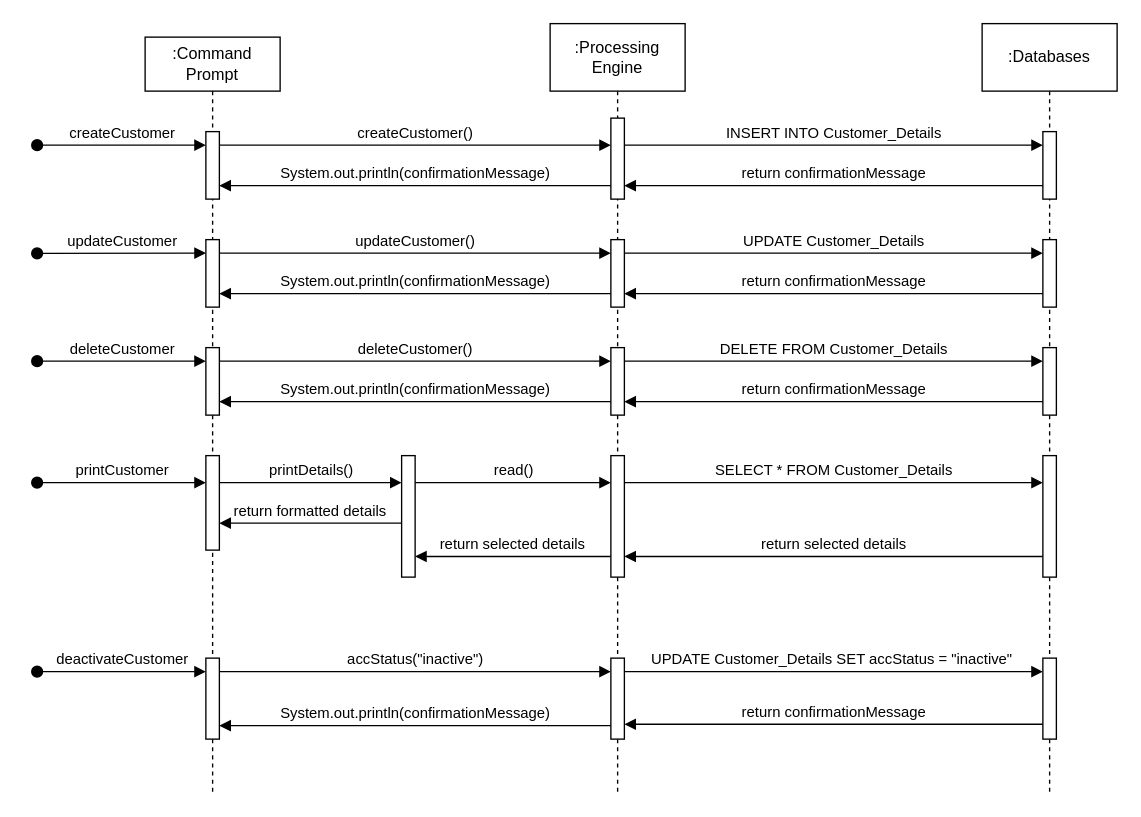
NataliaPalej/Newsagent-Project keeps this draw.io diagram as page "Driver" (4 of 7) of Architecture/sequence_diagram.drawio. Above is the earlier version. Source tidied: cells renumbered, new cells numbered last; positions are measured from the earlier drawing's top-left corner, leaving out a move shared by most shapes. Both pictures are drawn from the tidied source at 135%, with x=0, y=0 at pixel (36, 23).
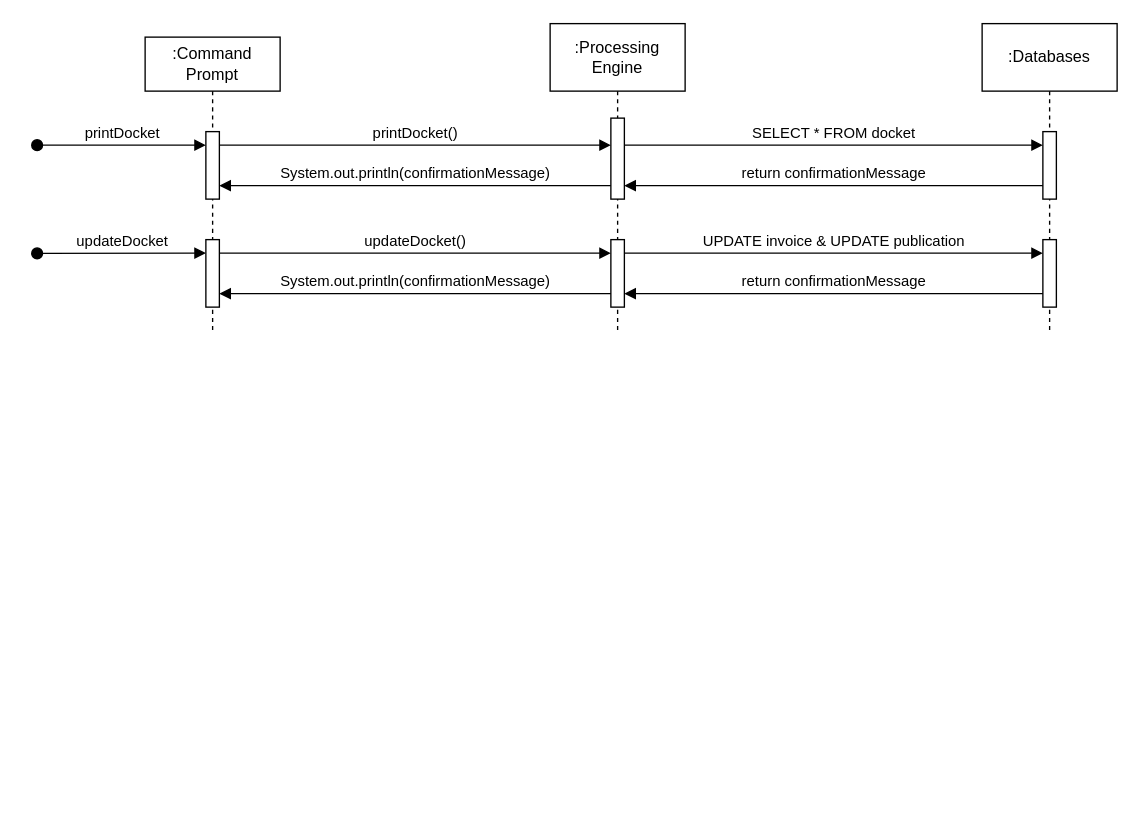
The same page after the edit.

Unchanged cells that the change refers to:
```xml
<mxCell id="3" style="html=1;points=[];perimeter=orthogonalPerimeter;outlineConnect=0;targetShapes=umlLifeline;portConstraint=eastwest;newEdgeStyle={&quot;edgeStyle&quot;:&quot;elbowEdgeStyle&quot;,&quot;elbow&quot;:&quot;vertical&quot;,&quot;curved&quot;:0,&quot;rounded&quot;:0};" parent="2" vertex="1">
  <mxGeometry x="45" y="70" width="10" height="50" as="geometry" />
</mxCell>
<mxCell id="5" style="html=1;points=[];perimeter=orthogonalPerimeter;outlineConnect=0;targetShapes=umlLifeline;portConstraint=eastwest;newEdgeStyle={&quot;edgeStyle&quot;:&quot;elbowEdgeStyle&quot;,&quot;elbow&quot;:&quot;vertical&quot;,&quot;curved&quot;:0,&quot;rounded&quot;:0};" parent="2" vertex="1">
  <mxGeometry x="45" y="150" width="10" height="50" as="geometry" />
</mxCell>
<mxCell id="10" style="html=1;points=[];perimeter=orthogonalPerimeter;outlineConnect=0;targetShapes=umlLifeline;portConstraint=eastwest;newEdgeStyle={&quot;edgeStyle&quot;:&quot;elbowEdgeStyle&quot;,&quot;elbow&quot;:&quot;vertical&quot;,&quot;curved&quot;:0,&quot;rounded&quot;:0};" parent="9" vertex="1">
  <mxGeometry x="45" y="70" width="10" height="60" as="geometry" />
</mxCell>
<mxCell id="11" style="html=1;points=[];perimeter=orthogonalPerimeter;outlineConnect=0;targetShapes=umlLifeline;portConstraint=eastwest;newEdgeStyle={&quot;edgeStyle&quot;:&quot;elbowEdgeStyle&quot;,&quot;elbow&quot;:&quot;vertical&quot;,&quot;curved&quot;:0,&quot;rounded&quot;:0};" parent="9" vertex="1">
  <mxGeometry x="45" y="160" width="10" height="50" as="geometry" />
</mxCell>
<mxCell id="17" style="html=1;points=[];perimeter=orthogonalPerimeter;outlineConnect=0;targetShapes=umlLifeline;portConstraint=eastwest;newEdgeStyle={&quot;edgeStyle&quot;:&quot;elbowEdgeStyle&quot;,&quot;elbow&quot;:&quot;vertical&quot;,&quot;curved&quot;:0,&quot;rounded&quot;:0};" parent="16" vertex="1">
  <mxGeometry x="45" y="80" width="10" height="50" as="geometry" />
</mxCell>
<mxCell id="18" style="html=1;points=[];perimeter=orthogonalPerimeter;outlineConnect=0;targetShapes=umlLifeline;portConstraint=eastwest;newEdgeStyle={&quot;edgeStyle&quot;:&quot;elbowEdgeStyle&quot;,&quot;elbow&quot;:&quot;vertical&quot;,&quot;curved&quot;:0,&quot;rounded&quot;:0};" parent="16" vertex="1">
  <mxGeometry x="45" y="160" width="10" height="50" as="geometry" />
</mxCell>
```

Diff of the diagram source:
```diff
@@
     <mxCell id="2" value=":Command Prompt" style="shape=umlLifeline;perimeter=lifelinePerimeter;whiteSpace=wrap;html=1;newEdgeStyle={&quot;edgeStyle&quot;:&quot;elbowEdgeStyle&quot;,&quot;elbow&quot;:&quot;vertical&quot;,&quot;curved&quot;:0,&quot;rounded&quot;:0};" parent="1" vertex="1">
-      <mxGeometry x="80" y="10" width="100" height="560" as="geometry" />
+      <mxGeometry x="80" y="10" width="100" height="220" as="geometry" />
     </mxCell>
@@
-    <mxCell id="4" value="createCustomer" style="html=1;verticalAlign=bottom;startArrow=oval;endArrow=block;startSize=8;edgeStyle=elbowEdgeStyle;elbow=vertical;curved=0;rounded=0;" parent="2" edge="1">
+    <mxCell id="4" value="printDocket" style="html=1;verticalAlign=bottom;startArrow=oval;endArrow=block;startSize=8;edgeStyle=elbowEdgeStyle;elbow=vertical;curved=0;rounded=0;" parent="2" edge="1">
       <mxGeometry relative="1" as="geometry">
         <mxPoint x="-80" y="80" as="sourcePoint" />
         <mxPoint x="45" y="80" as="targetPoint" />
       </mxGeometry>
     </mxCell>
@@
-    <mxCell id="6" style="html=1;points=[];perimeter=orthogonalPerimeter;outlineConnect=0;targetShapes=umlLifeline;portConstraint=eastwest;newEdgeStyle={&quot;edgeStyle&quot;:&quot;elbowEdgeStyle&quot;,&quot;elbow&quot;:&quot;vertical&quot;,&quot;curved&quot;:0,&quot;rounded&quot;:0};" parent="2" vertex="1">
-      <mxGeometry x="45" y="230" width="10" height="50" as="geometry" />
-    </mxCell>
-    <mxCell id="7" style="html=1;points=[];perimeter=orthogonalPerimeter;outlineConnect=0;targetShapes=umlLifeline;portConstraint=eastwest;newEdgeStyle={&quot;edgeStyle&quot;:&quot;elbowEdgeStyle&quot;,&quot;elbow&quot;:&quot;vertical&quot;,&quot;curved&quot;:0,&quot;rounded&quot;:0};" parent="2" vertex="1">
-      <mxGeometry x="45" y="310" width="10" height="70" as="geometry" />
-    </mxCell>
-    <mxCell id="8" style="html=1;points=[];perimeter=orthogonalPerimeter;outlineConnect=0;targetShapes=umlLifeline;portConstraint=eastwest;newEdgeStyle={&quot;edgeStyle&quot;:&quot;elbowEdgeStyle&quot;,&quot;elbow&quot;:&quot;vertical&quot;,&quot;curved&quot;:0,&quot;rounded&quot;:0};" parent="2" vertex="1">
-      <mxGeometry x="45" y="460" width="10" height="60" as="geometry" />
-    </mxCell>
     <mxCell id="9" value=":Processing Engine" style="shape=umlLifeline;perimeter=lifelinePerimeter;whiteSpace=wrap;html=1;newEdgeStyle={&quot;edgeStyle&quot;:&quot;elbowEdgeStyle&quot;,&quot;elbow&quot;:&quot;vertical&quot;,&quot;curved&quot;:0,&quot;rounded&quot;:0};size=50;" parent="1" vertex="1">
-      <mxGeometry x="380" width="100" height="570" as="geometry" />
+      <mxGeometry x="380" width="100" height="230" as="geometry" />
     </mxCell>
@@
-    <mxCell id="12" style="html=1;points=[];perimeter=orthogonalPerimeter;outlineConnect=0;targetShapes=umlLifeline;portConstraint=eastwest;newEdgeStyle={&quot;edgeStyle&quot;:&quot;elbowEdgeStyle&quot;,&quot;elbow&quot;:&quot;vertical&quot;,&quot;curved&quot;:0,&quot;rounded&quot;:0};" parent="9" vertex="1">
-      <mxGeometry x="45" y="240" width="10" height="50" as="geometry" />
-    </mxCell>
-    <mxCell id="13" style="html=1;points=[];perimeter=orthogonalPerimeter;outlineConnect=0;targetShapes=umlLifeline;portConstraint=eastwest;newEdgeStyle={&quot;edgeStyle&quot;:&quot;elbowEdgeStyle&quot;,&quot;elbow&quot;:&quot;vertical&quot;,&quot;curved&quot;:0,&quot;rounded&quot;:0};" parent="9" vertex="1">
-      <mxGeometry x="45" y="320" width="10" height="90" as="geometry" />
-    </mxCell>
-    <mxCell id="14" style="html=1;points=[];perimeter=orthogonalPerimeter;outlineConnect=0;targetShapes=umlLifeline;portConstraint=eastwest;newEdgeStyle={&quot;edgeStyle&quot;:&quot;elbowEdgeStyle&quot;,&quot;elbow&quot;:&quot;vertical&quot;,&quot;curved&quot;:0,&quot;rounded&quot;:0};" parent="9" vertex="1">
-      <mxGeometry x="45" y="470" width="10" height="60" as="geometry" />
-    </mxCell>
-    <mxCell id="15" value="createCustomer()" style="html=1;verticalAlign=bottom;endArrow=block;edgeStyle=elbowEdgeStyle;elbow=vertical;curved=0;rounded=0;" parent="1" edge="1" source="3" target="10">
+    <mxCell id="15" value="printDocket()" style="html=1;verticalAlign=bottom;endArrow=block;edgeStyle=elbowEdgeStyle;elbow=vertical;curved=0;rounded=0;" parent="1" edge="1" source="3" target="10">
       <mxGeometry relative="1" as="geometry">
         <Array as="points">
           <mxPoint x="220" y="90" />
         </Array>
       </mxGeometry>
     </mxCell>
     <mxCell id="16" value=":Databases" style="shape=umlLifeline;perimeter=lifelinePerimeter;whiteSpace=wrap;html=1;newEdgeStyle={&quot;edgeStyle&quot;:&quot;elbowEdgeStyle&quot;,&quot;elbow&quot;:&quot;vertical&quot;,&quot;curved&quot;:0,&quot;rounded&quot;:0};size=50;" parent="1" vertex="1">
-      <mxGeometry x="700" width="100" height="570" as="geometry" />
+      <mxGeometry x="700" width="100" height="230" as="geometry" />
     </mxCell>
@@
-    <mxCell id="19" style="html=1;points=[];perimeter=orthogonalPerimeter;outlineConnect=0;targetShapes=umlLifeline;portConstraint=eastwest;newEdgeStyle={&quot;edgeStyle&quot;:&quot;elbowEdgeStyle&quot;,&quot;elbow&quot;:&quot;vertical&quot;,&quot;curved&quot;:0,&quot;rounded&quot;:0};" parent="16" vertex="1">
-      <mxGeometry x="45" y="240" width="10" height="50" as="geometry" />
-    </mxCell>
-    <mxCell id="20" style="html=1;points=[];perimeter=orthogonalPerimeter;outlineConnect=0;targetShapes=umlLifeline;portConstraint=eastwest;newEdgeStyle={&quot;edgeStyle&quot;:&quot;elbowEdgeStyle&quot;,&quot;elbow&quot;:&quot;vertical&quot;,&quot;curved&quot;:0,&quot;rounded&quot;:0};" parent="16" vertex="1">
-      <mxGeometry x="45" y="320" width="10" height="90" as="geometry" />
-    </mxCell>
-    <mxCell id="21" style="html=1;points=[];perimeter=orthogonalPerimeter;outlineConnect=0;targetShapes=umlLifeline;portConstraint=eastwest;newEdgeStyle={&quot;edgeStyle&quot;:&quot;elbowEdgeStyle&quot;,&quot;elbow&quot;:&quot;vertical&quot;,&quot;curved&quot;:0,&quot;rounded&quot;:0};" parent="16" vertex="1">
-      <mxGeometry x="45" y="470" width="10" height="60" as="geometry" />
-    </mxCell>
-    <mxCell id="22" value="INSERT INTO Customer_Details" style="html=1;verticalAlign=bottom;endArrow=block;edgeStyle=elbowEdgeStyle;elbow=vertical;curved=0;rounded=0;" parent="1" edge="1" source="10" target="17">
+    <mxCell id="22" value="SELECT * FROM docket" style="html=1;verticalAlign=bottom;endArrow=block;edgeStyle=elbowEdgeStyle;elbow=vertical;curved=0;rounded=0;" parent="1" edge="1" source="10" target="17">
       <mxGeometry relative="1" as="geometry">
         <Array as="points">
           <mxPoint x="500" y="90" />
         </Array>
       </mxGeometry>
     </mxCell>
-    <mxCell id="23" value="updateCustomer" style="html=1;verticalAlign=bottom;startArrow=oval;endArrow=block;startSize=8;edgeStyle=elbowEdgeStyle;elbow=vertical;curved=0;rounded=0;" parent="1" edge="1">
+    <mxCell id="23" value="updateDocket" style="html=1;verticalAlign=bottom;startArrow=oval;endArrow=block;startSize=8;edgeStyle=elbowEdgeStyle;elbow=vertical;curved=0;rounded=0;" parent="1" edge="1">
       <mxGeometry relative="1" as="geometry">
         <mxPoint y="170.2" as="sourcePoint" />
         <mxPoint x="125" y="170.2" as="targetPoint" />
       </mxGeometry>
     </mxCell>
-    <mxCell id="24" value="updateCustomer()" style="html=1;verticalAlign=bottom;endArrow=block;edgeStyle=elbowEdgeStyle;elbow=vertical;curved=0;rounded=0;" parent="1" edge="1" source="5" target="11">
+    <mxCell id="24" value="updateDocket()" style="html=1;verticalAlign=bottom;endArrow=block;edgeStyle=elbowEdgeStyle;elbow=vertical;curved=0;rounded=0;" parent="1" edge="1" source="5" target="11">
       <mxGeometry relative="1" as="geometry">
         <Array as="points">
           <mxPoint x="225" y="170" />
         </Array>
       </mxGeometry>
     </mxCell>
-    <mxCell id="25" value="UPDATE Customer_Details" style="html=1;verticalAlign=bottom;endArrow=block;edgeStyle=elbowEdgeStyle;elbow=vertical;curved=0;rounded=0;" parent="1" edge="1" source="11" target="18">
+    <mxCell id="25" value="UPDATE invoice &amp;amp; UPDATE publication" style="html=1;verticalAlign=bottom;endArrow=block;edgeStyle=elbowEdgeStyle;elbow=vertical;curved=0;rounded=0;" parent="1" edge="1" source="11" target="18">
       <mxGeometry relative="1" as="geometry">
         <Array as="points">
           <mxPoint x="500" y="170" />
         </Array>
       </mxGeometry>
     </mxCell>
-    <mxCell id="26" value="deleteCustomer" style="html=1;verticalAlign=bottom;startArrow=oval;endArrow=block;startSize=8;edgeStyle=elbowEdgeStyle;elbow=vertical;curved=0;rounded=0;" parent="1" edge="1">
-      <mxGeometry relative="1" as="geometry">
-        <mxPoint y="250" as="sourcePoint" />
-        <mxPoint x="125" y="250" as="targetPoint" />
-      </mxGeometry>
-    </mxCell>
-    <mxCell id="27" value="deleteCustomer()" style="html=1;verticalAlign=bottom;endArrow=block;edgeStyle=elbowEdgeStyle;elbow=vertical;curved=0;rounded=0;" parent="1" edge="1" source="6" target="12">
-      <mxGeometry relative="1" as="geometry">
-        <Array as="points">
-          <mxPoint x="230" y="250" />
-        </Array>
-      </mxGeometry>
-    </mxCell>
-    <mxCell id="28" value="DELETE FROM Customer_Details" style="html=1;verticalAlign=bottom;endArrow=block;edgeStyle=elbowEdgeStyle;elbow=vertical;curved=0;rounded=0;" parent="1" edge="1" source="12" target="19">
-      <mxGeometry relative="1" as="geometry">
-        <Array as="points">
-          <mxPoint x="460" y="250" />
-        </Array>
-      </mxGeometry>
-    </mxCell>
-    <mxCell id="29" value="printCustomer" style="html=1;verticalAlign=bottom;startArrow=oval;endArrow=block;startSize=8;edgeStyle=elbowEdgeStyle;elbow=vertical;curved=0;rounded=0;" parent="1" edge="1">
-      <mxGeometry relative="1" as="geometry">
-        <mxPoint y="340" as="sourcePoint" />
-        <mxPoint x="125" y="340" as="targetPoint" />
-      </mxGeometry>
-    </mxCell>
-    <mxCell id="30" value="SELECT * FROM Customer_Details" style="html=1;verticalAlign=bottom;endArrow=block;edgeStyle=elbowEdgeStyle;elbow=vertical;curved=0;rounded=0;" parent="1" edge="1" source="13" target="20">
-      <mxGeometry relative="1" as="geometry">
-        <Array as="points">
-          <mxPoint x="550" y="340" />
-        </Array>
-      </mxGeometry>
-    </mxCell>
-    <mxCell id="31" style="html=1;points=[];perimeter=orthogonalPerimeter;outlineConnect=0;targetShapes=umlLifeline;portConstraint=eastwest;newEdgeStyle={&quot;edgeStyle&quot;:&quot;elbowEdgeStyle&quot;,&quot;elbow&quot;:&quot;vertical&quot;,&quot;curved&quot;:0,&quot;rounded&quot;:0};" parent="1" vertex="1">
-      <mxGeometry x="270" y="320" width="10" height="90" as="geometry" />
-    </mxCell>
-    <mxCell id="32" value="printDetails()" style="html=1;verticalAlign=bottom;endArrow=block;edgeStyle=elbowEdgeStyle;elbow=vertical;curved=0;rounded=0;" parent="1" edge="1" source="7" target="31">
-      <mxGeometry relative="1" as="geometry">
-        <Array as="points">
-          <mxPoint x="190" y="340" />
-        </Array>
-      </mxGeometry>
-    </mxCell>
-    <mxCell id="33" value="read()" style="html=1;verticalAlign=bottom;endArrow=block;edgeStyle=elbowEdgeStyle;elbow=vertical;curved=0;rounded=0;" parent="1" edge="1" source="31" target="13">
-      <mxGeometry relative="1" as="geometry">
-        <Array as="points">
-          <mxPoint x="330" y="340" />
-        </Array>
-      </mxGeometry>
-    </mxCell>
-    <mxCell id="34" value="return selected details" style="html=1;verticalAlign=bottom;endArrow=block;edgeStyle=elbowEdgeStyle;elbow=vertical;curved=0;rounded=0;" parent="1" edge="1">
-      <mxGeometry relative="1" as="geometry">
-        <mxPoint x="745" y="394.7" as="sourcePoint" />
-        <mxPoint x="435" y="394.7" as="targetPoint" />
-        <Array as="points">
-          <mxPoint x="560.2" y="394.7" />
-        </Array>
-      </mxGeometry>
-    </mxCell>
-    <mxCell id="35" value="return selected details" style="html=1;verticalAlign=bottom;endArrow=block;edgeStyle=elbowEdgeStyle;elbow=vertical;curved=0;rounded=0;" parent="1" edge="1">
-      <mxGeometry relative="1" as="geometry">
-        <mxPoint x="425" y="394.7" as="sourcePoint" />
-        <mxPoint x="280" y="394.7" as="targetPoint" />
-        <Array as="points">
-          <mxPoint x="345.2" y="394.7" />
-        </Array>
-      </mxGeometry>
-    </mxCell>
-    <mxCell id="36" value="return formatted details" style="html=1;verticalAlign=bottom;endArrow=block;edgeStyle=elbowEdgeStyle;elbow=vertical;curved=0;rounded=0;" parent="1" edge="1" target="7">
-      <mxGeometry relative="1" as="geometry">
-        <mxPoint x="270" y="370" as="sourcePoint" />
-        <Array as="points">
-          <mxPoint x="190.2" y="370" />
-        </Array>
-      </mxGeometry>
-    </mxCell>
-    <mxCell id="37" value="deactivateCustomer" style="html=1;verticalAlign=bottom;startArrow=oval;endArrow=block;startSize=8;edgeStyle=elbowEdgeStyle;elbow=vertical;curved=0;rounded=0;" parent="1" edge="1">
-      <mxGeometry relative="1" as="geometry">
-        <mxPoint y="480" as="sourcePoint" />
-        <mxPoint x="125" y="480" as="targetPoint" />
-      </mxGeometry>
-    </mxCell>
-    <mxCell id="38" value="accStatus(&quot;inactive&quot;)" style="html=1;verticalAlign=bottom;endArrow=block;edgeStyle=elbowEdgeStyle;elbow=vertical;curved=0;rounded=0;" parent="1" edge="1" source="8" target="14">
-      <mxGeometry relative="1" as="geometry">
-        <Array as="points">
-          <mxPoint x="190" y="480" />
-        </Array>
-      </mxGeometry>
-    </mxCell>
@@
-    <mxCell id="40" value="return confirmationMessage" style="html=1;verticalAlign=bottom;endArrow=block;edgeStyle=elbowEdgeStyle;elbow=vertical;curved=0;rounded=0;" parent="1" edge="1" source="19" target="12">
-      <mxGeometry relative="1" as="geometry">
-        <Array as="points">
-          <mxPoint x="555.2" y="280" />
-        </Array>
-      </mxGeometry>
-    </mxCell>
@@
-    <mxCell id="43" value="System.out.println(confirmationMessage)" style="html=1;verticalAlign=bottom;endArrow=block;edgeStyle=elbowEdgeStyle;elbow=vertical;curved=0;rounded=0;" parent="1" edge="1" source="12" target="6">
-      <mxGeometry relative="1" as="geometry">
-        <Array as="points">
-          <mxPoint x="170.2" y="280" />
-        </Array>
-      </mxGeometry>
-    </mxCell>
-    <mxCell id="44" value="UPDATE Customer_Details SET accStatus = &quot;inactive&quot;&amp;nbsp;" style="html=1;verticalAlign=bottom;endArrow=block;edgeStyle=elbowEdgeStyle;elbow=vertical;curved=0;rounded=0;" parent="1" edge="1" source="14" target="21">
-      <mxGeometry relative="1" as="geometry">
-        <Array as="points">
-          <mxPoint x="505" y="480" />
-        </Array>
-      </mxGeometry>
-    </mxCell>
@@
-    <mxCell id="46" value="return confirmationMessage" style="html=1;verticalAlign=bottom;endArrow=block;edgeStyle=elbowEdgeStyle;elbow=vertical;curved=0;rounded=0;" parent="1" edge="1" source="21" target="14">
-      <mxGeometry relative="1" as="geometry">
-        <Array as="points">
-          <mxPoint x="550.2" y="519" />
-        </Array>
-      </mxGeometry>
-    </mxCell>
-    <mxCell id="47" value="System.out.println(confirmationMessage)" style="html=1;verticalAlign=bottom;endArrow=block;edgeStyle=elbowEdgeStyle;elbow=vertical;curved=0;rounded=0;" parent="1" edge="1" source="14" target="8">
-      <mxGeometry relative="1" as="geometry">
-        <Array as="points">
-          <mxPoint x="175.2" y="520" />
-        </Array>
-      </mxGeometry>
-    </mxCell>
```
